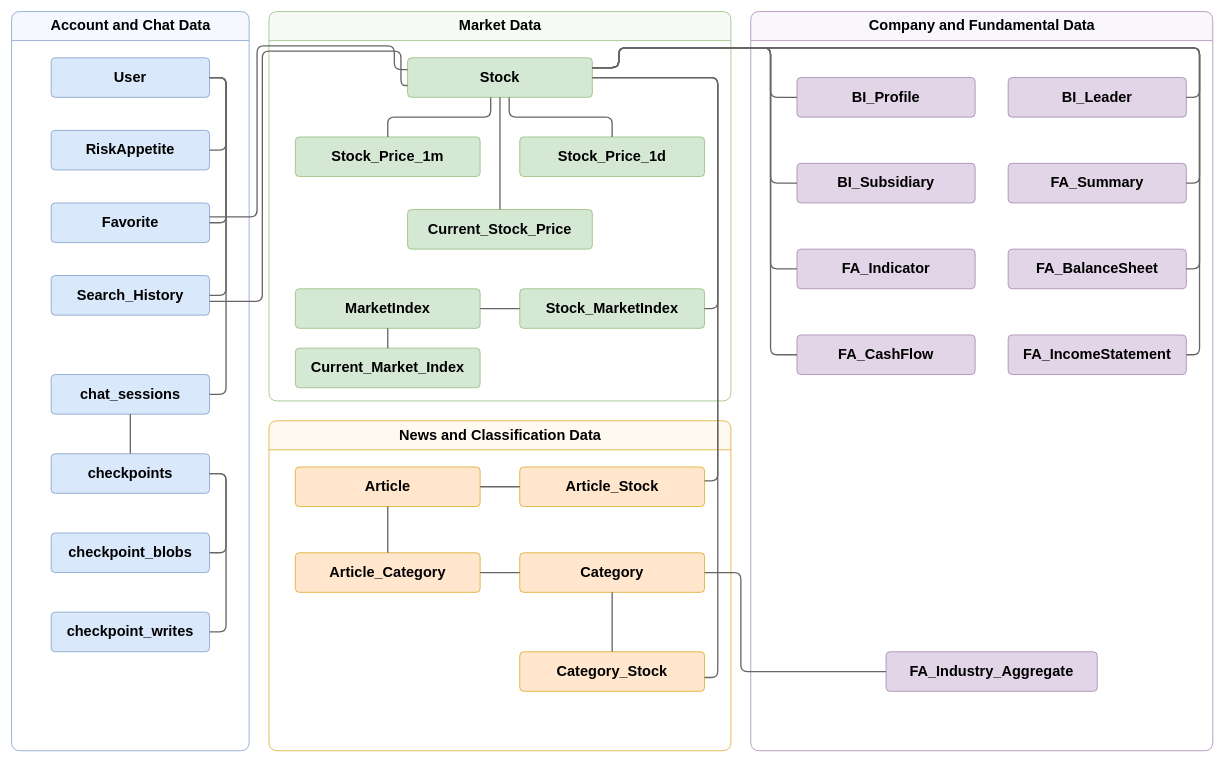
Before: report/diagrams/chapter4/stockrium_reduced_erd.drawio in lqhuy04/Thesis-22125031-22125035, a draw.io diagram. Source tidied: cells renumbered, new cells numbered last; positions are measured from the earlier drawing's top-left corner, leaving out a move shared by most shapes. Both pictures are drawn from the tidied source at 66%, with x=0, y=0 at pixel (11, 11).
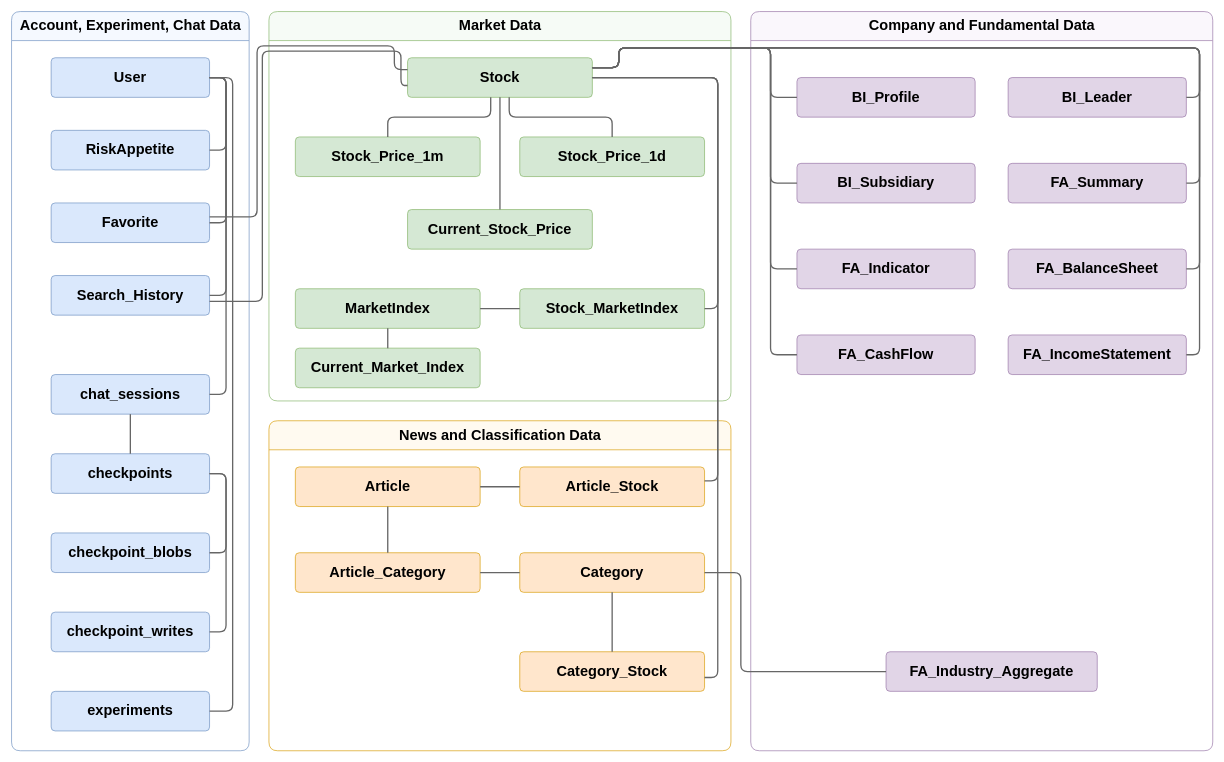
After the change.

Unchanged cells that the change refers to:
```xml
<mxCell id="6" value="User" style="rounded=1;whiteSpace=wrap;html=1;fillColor=#dae8fc;strokeColor=#6c8ebf;fontSize=22;fontStyle=1;arcSize=10;" parent="1" vertex="1">
  <mxGeometry x="60" y="70" width="240" height="60" as="geometry" />
</mxCell>
```

Diff of the diagram source:
```diff
@@
-    <mxCell id="2" value="Account and Chat Data" style="swimlane;html=1;rounded=1;startSize=44;horizontal=1;fillColor=#f5f9ff;swimlaneFillColor=#ffffff;strokeColor=#6c8ebf;fontStyle=1;fontSize=22;arcSize=10;" parent="1" vertex="1">
+    <mxCell id="2" value="Account, Experiment, Chat Data" style="swimlane;html=1;rounded=1;startSize=44;horizontal=1;fillColor=#f5f9ff;swimlaneFillColor=#ffffff;strokeColor=#6c8ebf;fontStyle=1;fontSize=22;arcSize=10;" parent="1" vertex="1">
       <mxGeometry width="360" height="1120" as="geometry" />
     </mxCell>
@@
+    <mxCell id="65" value="experiments" style="rounded=1;whiteSpace=wrap;html=1;fillColor=#dae8fc;strokeColor=#6c8ebf;fontSize=22;fontStyle=1;arcSize=10;" parent="1" vertex="1">
+      <mxGeometry x="60" y="1030" width="240" height="60" as="geometry" />
+    </mxCell>
@@
+    <mxCell id="66" style="edgeStyle=orthogonalEdgeStyle;rounded=1;html=1;startArrow=none;endArrow=none;strokeColor=#666666;strokeWidth=2;exitX=1;exitY=0.5;entryX=1;entryY=0.5;fontSize=22;" parent="1" edge="1" source="6" target="65">
+      <mxGeometry relative="1" as="geometry">
+        <Array as="points">
+          <mxPoint x="335" y="100" />
+          <mxPoint x="335" y="1060" />
+        </Array>
+      </mxGeometry>
+    </mxCell>
```
